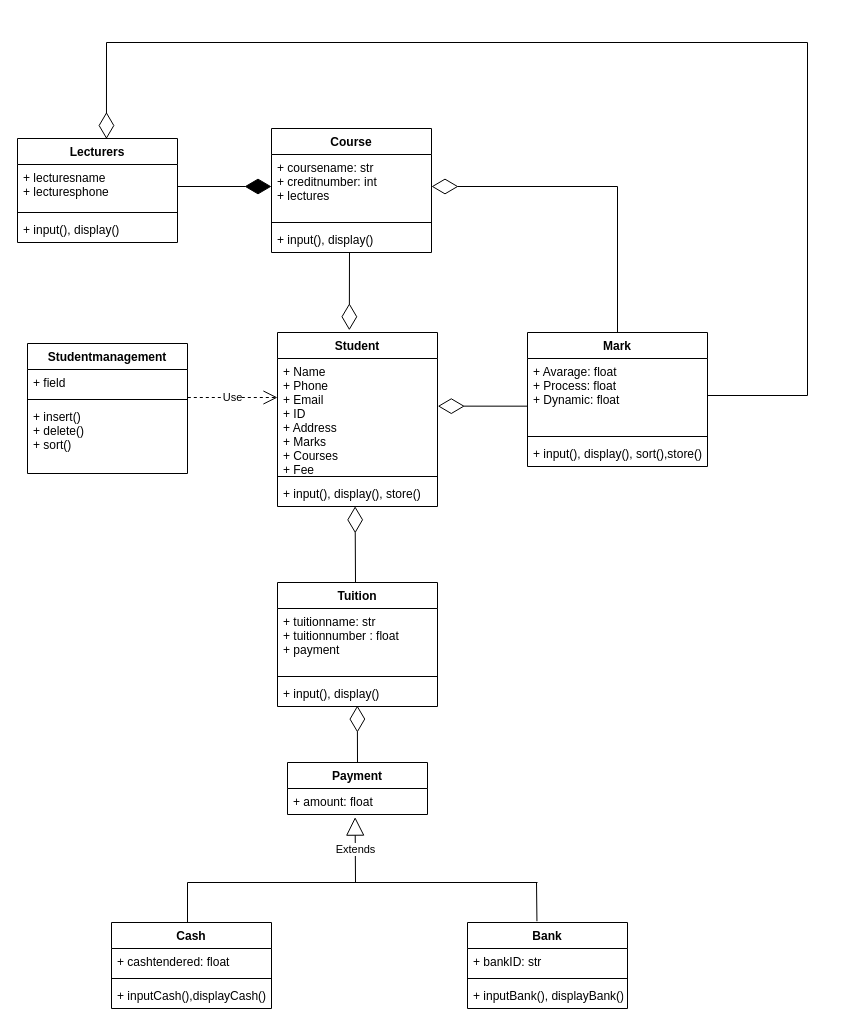
Earlier version of the draw.io diagram Untitled Diagram.drawio (RifleB-1311/Baitap1-nhom2). Source tidied: cells renumbered, new cells numbered last; positions are measured from the earlier drawing's top-left corner, leaving out a move shared by most shapes. Both pictures are drawn from the tidied source at 100%, with x=0, y=0 at pixel (17, 42).
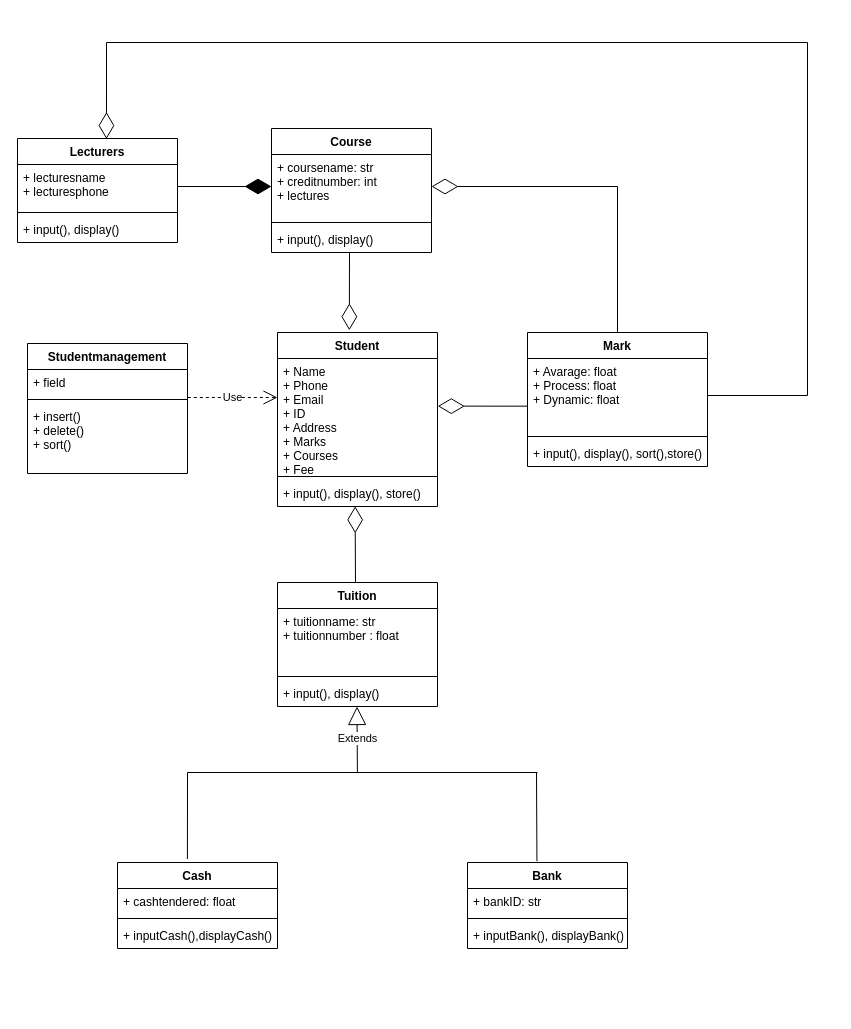
The same page after the edit.

The change refers to these unchanged cells:
```xml
<mxCell id="14" value="Tuition" style="swimlane;fontStyle=1;align=center;verticalAlign=top;horizontal=1;startSize=26;" parent="1" vertex="1">
  <mxGeometry x="260" y="540" width="160" height="124" as="geometry" />
</mxCell>
<mxCell id="17" value="+ input(), display()" style="text;strokeColor=none;fillColor=none;align=left;verticalAlign=top;spacingLeft=4;spacingRight=4;overflow=hidden;points=[[0,0.5],[1,0.5]];portConstraint=eastwest;" parent="14" vertex="1">
  <mxGeometry y="98" width="160" height="26" as="geometry" />
</mxCell>
```

Diff of the diagram source:
```diff
@@
-    <mxCell id="15" value="+ tuitionname: str&#10;+ tuitionnumber : float&#10;+ payment" style="text;strokeColor=none;fillColor=none;align=left;verticalAlign=top;spacingLeft=4;spacingRight=4;overflow=hidden;" parent="14" vertex="1">
+    <mxCell id="15" value="+ tuitionname: str&#10;+ tuitionnumber : float&#10;" style="text;strokeColor=none;fillColor=none;align=left;verticalAlign=top;spacingLeft=4;spacingRight=4;overflow=hidden;" parent="14" vertex="1">
       <mxGeometry y="26" width="160" height="64" as="geometry" />
     </mxCell>
@@
     <mxCell id="18" value="Cash" style="swimlane;fontStyle=1;align=center;verticalAlign=top;horizontal=1;startSize=26;" parent="1" vertex="1">
-      <mxGeometry x="94" y="880" width="160" height="86" as="geometry" />
+      <mxGeometry x="100" y="820" width="160" height="86" as="geometry" />
     </mxCell>
@@
     <mxCell id="22" value="Bank" style="swimlane;fontStyle=1;align=center;verticalAlign=top;horizontal=1;startSize=26;" parent="1" vertex="1">
-      <mxGeometry x="450" y="880" width="160" height="86" as="geometry" />
+      <mxGeometry x="450" y="820" width="160" height="86" as="geometry" />
     </mxCell>
@@
-    <mxCell id="39" value="Payment" style="swimlane;fontStyle=1;horizontal=1;startSize=26;fillColor=none;" parent="1" vertex="1">
-      <mxGeometry x="270" y="720" width="140" height="52" as="geometry" />
-    </mxCell>
-    <mxCell id="40" value="+ amount: float" style="text;strokeColor=none;fillColor=none;align=left;verticalAlign=top;spacingLeft=4;spacingRight=4;overflow=hidden;points=[[0,0.5],[1,0.5]];portConstraint=eastwest;" parent="39" vertex="1">
-      <mxGeometry y="26" width="140" height="26" as="geometry" />
-    </mxCell>
-    <mxCell id="41" style="endArrow=diamondThin;endFill=0;endSize=24;html=1;rounded=0;exitX=0.5;exitY=0;exitDx=0;exitDy=0;entryX=0.499;entryY=0.965;entryDx=0;entryDy=0;entryPerimeter=0;" parent="1" edge="1" source="39" target="17">
-      <mxGeometry relative="1" as="geometry" />
-    </mxCell>
@@
-    <mxCell id="43" value="Extends" style="endArrow=block;endSize=16;endFill=0;html=1;rounded=0;entryX=0.483;entryY=1.101;entryDx=0;entryDy=0;entryPerimeter=0;" parent="1" edge="1" target="40">
+    <mxCell id="43" value="Extends" style="endArrow=block;endSize=16;endFill=0;html=1;rounded=0;entryX=0.483;entryY=1.101;entryDx=0;entryDy=0;entryPerimeter=0;" parent="1" edge="1">
       <mxGeometry relative="1" as="geometry">
-        <mxPoint x="338" y="840" as="sourcePoint" />
+        <mxPoint x="339.9" y="729.4" as="sourcePoint" />
+        <mxPoint x="339.5" y="664" as="targetPoint" />
       </mxGeometry>
     </mxCell>
     <mxCell id="44" style="endArrow=none;html=1;rounded=0;" parent="1" edge="1">
       <mxGeometry relative="1" as="geometry">
-        <mxPoint x="170" y="840" as="sourcePoint" />
-        <mxPoint x="520" y="840" as="targetPoint" />
+        <mxPoint x="170" y="730" as="sourcePoint" />
+        <mxPoint x="520" y="730" as="targetPoint" />
       </mxGeometry>
     </mxCell>
-    <mxCell id="45" style="endArrow=none;html=1;rounded=0;" parent="1" edge="1">
+    <mxCell id="45" style="endArrow=none;html=1;rounded=0;exitX=0.437;exitY=-0.04;exitDx=0;exitDy=0;exitPerimeter=0;" parent="1" edge="1" source="18">
       <mxGeometry relative="1" as="geometry">
-        <mxPoint x="170" y="880" as="sourcePoint" />
-        <mxPoint x="170" y="840" as="targetPoint" />
+        <mxPoint x="170" y="730" as="targetPoint" />
       </mxGeometry>
     </mxCell>
     <mxCell id="46" style="endArrow=none;html=1;rounded=0;exitX=0.434;exitY=-0.015;exitDx=0;exitDy=0;exitPerimeter=0;" parent="1" edge="1" source="22">
       <mxGeometry relative="1" as="geometry">
-        <mxPoint x="519" y="840" as="targetPoint" />
+        <mxPoint x="519" y="730" as="targetPoint" />
       </mxGeometry>
     </mxCell>
```
